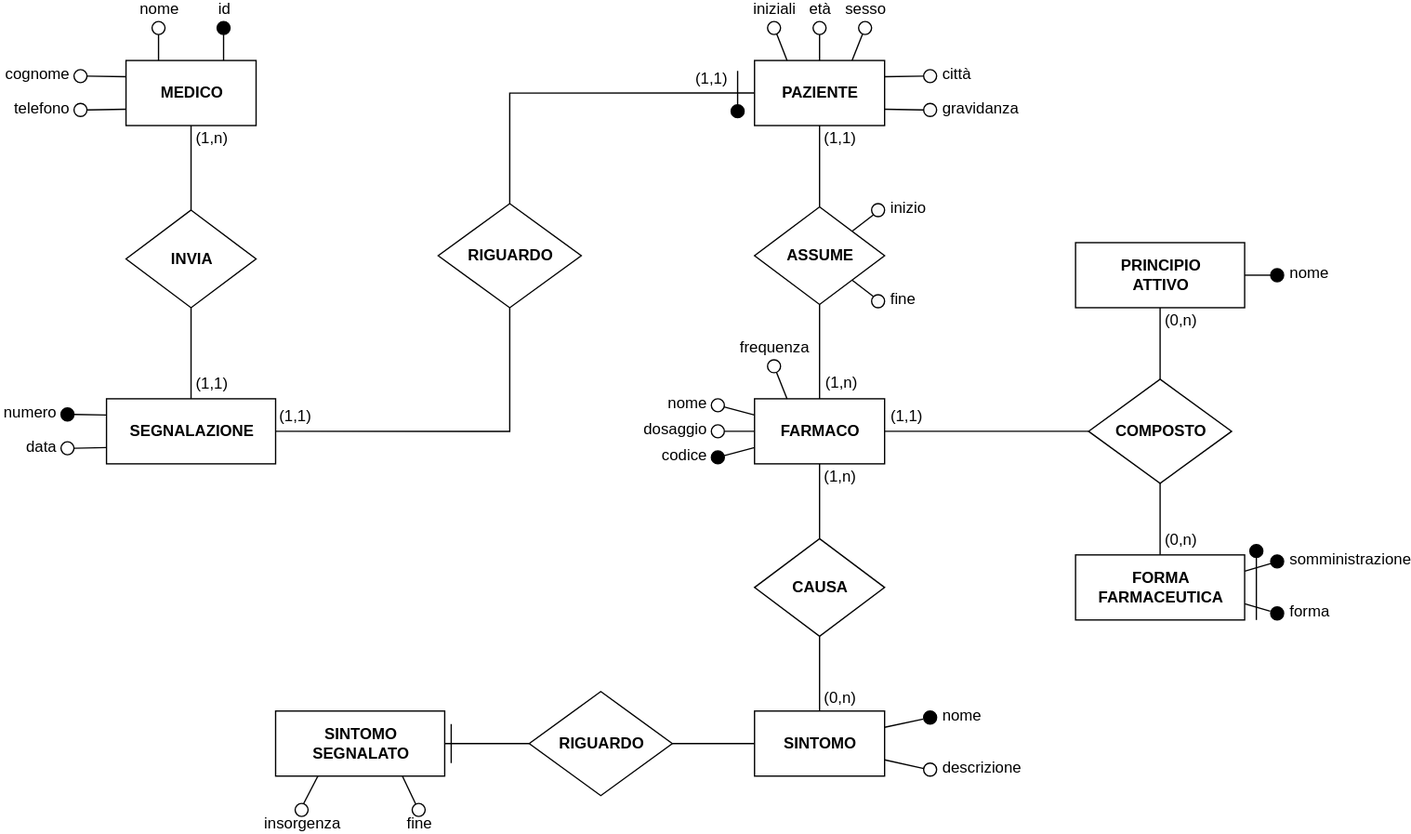
The draw.io diagram schematics/er-diagram.svg in MatteoCarnelos/DB-SEA, before a commit. Source tidied: cells renumbered, new cells last; positions are measured from the earlier drawing's top-left corner, leaving out a move shared by most shapes.
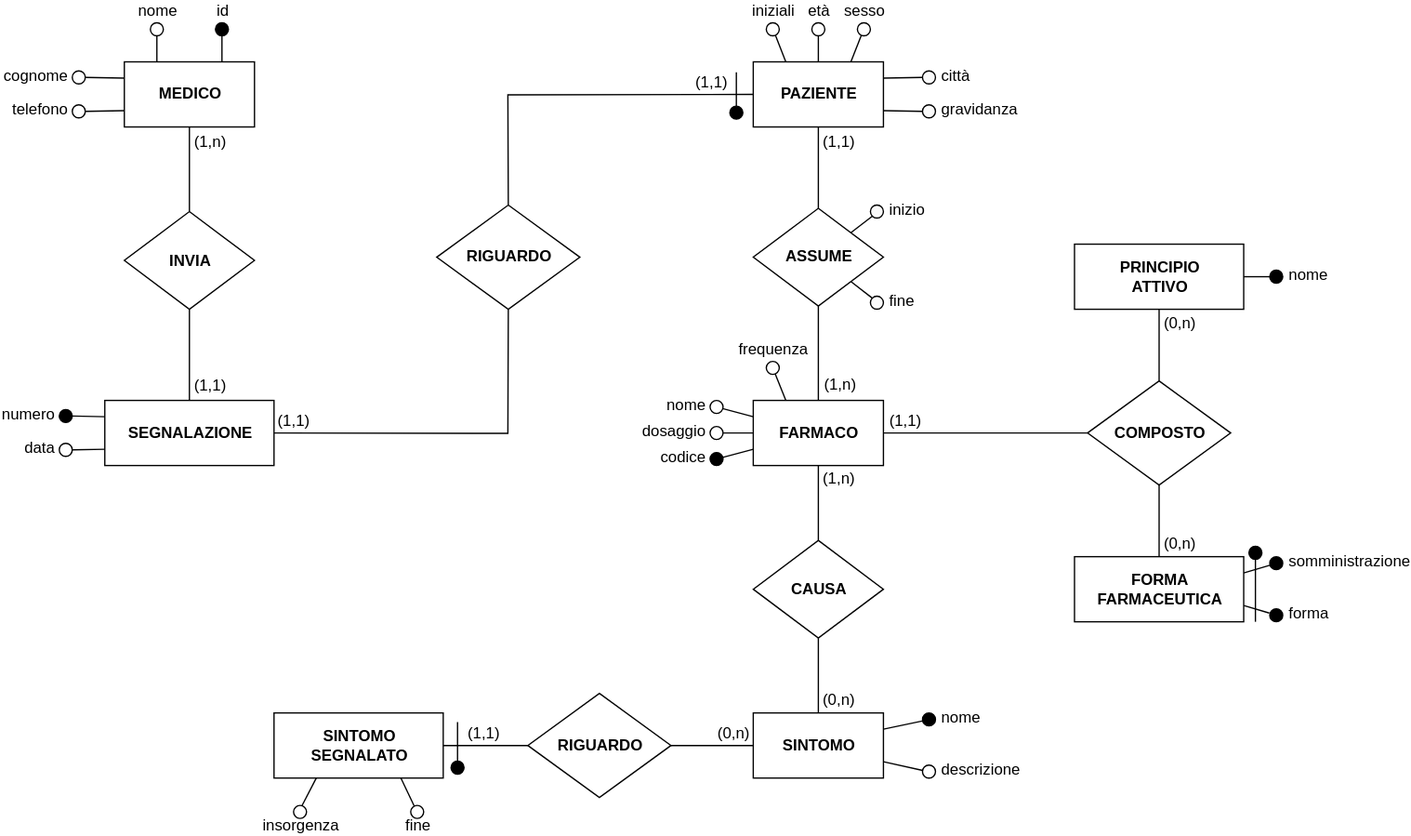
After the change.

What changed in the source:
```diff
@@ -247,6 +247,9 @@
     <mxCell id="76" style="edgeStyle=orthogonalEdgeStyle;rounded=0;comic=0;jumpStyle=none;jumpSize=6;jettySize=auto;html=1;exitX=1;exitY=0.5;exitDx=0;exitDy=0;entryX=0;entryY=0.5;entryDx=0;entryDy=0;endArrow=none;endFill=0;" parent="1" edge="1" source="77" target="91">
       <mxGeometry relative="1" as="geometry" />
     </mxCell>
+    <mxCell id="93" value="(1,1)" style="text;html=1;align=center;verticalAlign=bottom;labelBackgroundColor=#ffffff;labelPosition=center;verticalLabelPosition=top;spacing=4;" parent="76" vertex="1">
+      <mxGeometry x="-0.07" relative="1" as="geometry" />
+    </mxCell>
     <mxCell id="77" value="&lt;b&gt;SINTOMO&lt;br&gt;SEGNALATO&lt;br&gt;&lt;/b&gt;" style="whiteSpace=wrap;html=1;align=center;" parent="1" vertex="1">
       <mxGeometry x="165" y="530" width="130" height="50" as="geometry" />
     </mxCell>
@@ -293,14 +296,21 @@
     <mxCell id="90" style="edgeStyle=orthogonalEdgeStyle;rounded=0;comic=0;jumpStyle=none;jumpSize=6;jettySize=auto;html=1;exitX=1;exitY=0.5;exitDx=0;exitDy=0;entryX=0;entryY=0.5;entryDx=0;entryDy=0;endArrow=none;endFill=0;" parent="1" edge="1" source="91" target="74">
       <mxGeometry relative="1" as="geometry" />
     </mxCell>
+    <mxCell id="94" value="(0,n)" style="text;html=1;align=center;verticalAlign=bottom;labelBackgroundColor=#ffffff;labelPosition=center;verticalLabelPosition=top;spacing=4;" parent="90" vertex="1">
+      <mxGeometry x="0.27" y="1" relative="1" as="geometry">
+        <mxPoint x="7" y="1" as="offset" />
+      </mxGeometry>
+    </mxCell>
     <mxCell id="91" value="RIGUARDO" style="rhombus;whiteSpace=wrap;html=1;fillColor=#ffffff;fontStyle=1;" parent="1" vertex="1">
       <mxGeometry x="360" y="515" width="110" height="80" as="geometry" />
     </mxCell>
-    <mxCell id="92" style="endArrow=none;html=1;" parent="1" edge="1">
+    <mxCell id="92" style="endArrow=none;html=1;entryX=0.5;entryY=0;entryDx=0;entryDy=0;" parent="1" edge="1" target="95">
       <mxGeometry relative="1" as="geometry">
-        <mxPoint x="300" y="570" as="sourcePoint" />
-        <mxPoint x="300" y="540" as="targetPoint" />
+        <mxPoint x="306" y="537" as="sourcePoint" />
       </mxGeometry>
     </mxCell>
+    <mxCell id="95" style="ellipse;whiteSpace=wrap;html=1;fillColor=#000000;labelPosition=right;verticalLabelPosition=middle;align=left;verticalAlign=middle;spacing=5;spacingBottom=2;" parent="1" vertex="1">
+      <mxGeometry x="301" y="567" width="10" height="10" as="geometry" />
+    </mxCell>
   </root>
 </mxGraphModel>
```
